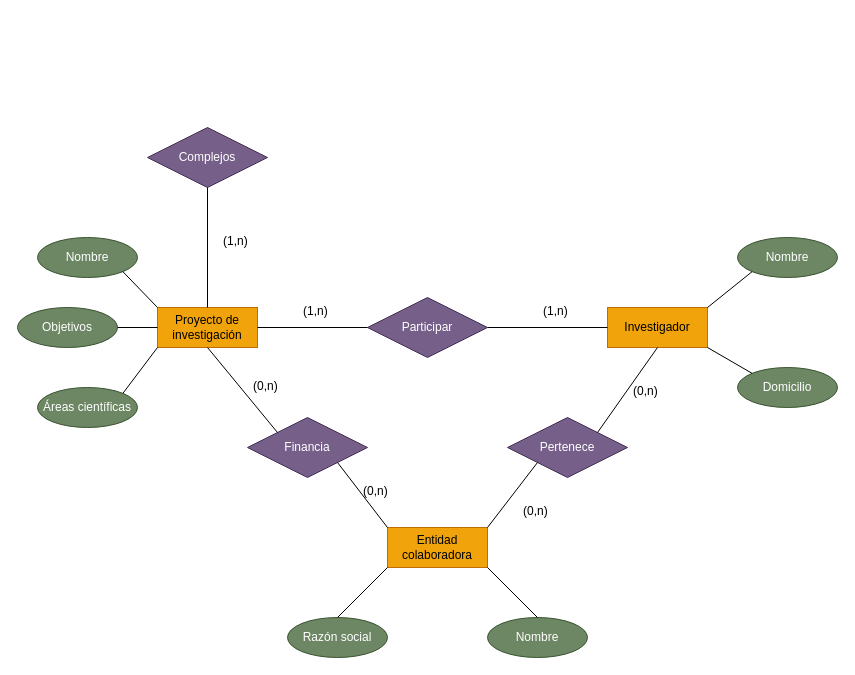
Before: ej14.drawio in oscaralvarezz/BBDD, a draw.io diagram. Source tidied: cells renumbered, new cells numbered last; positions are measured from the earlier drawing's top-left corner, leaving out a move shared by most shapes. Both pictures are drawn from the tidied source at 100%, with x=0, y=0 at pixel (17, 127).
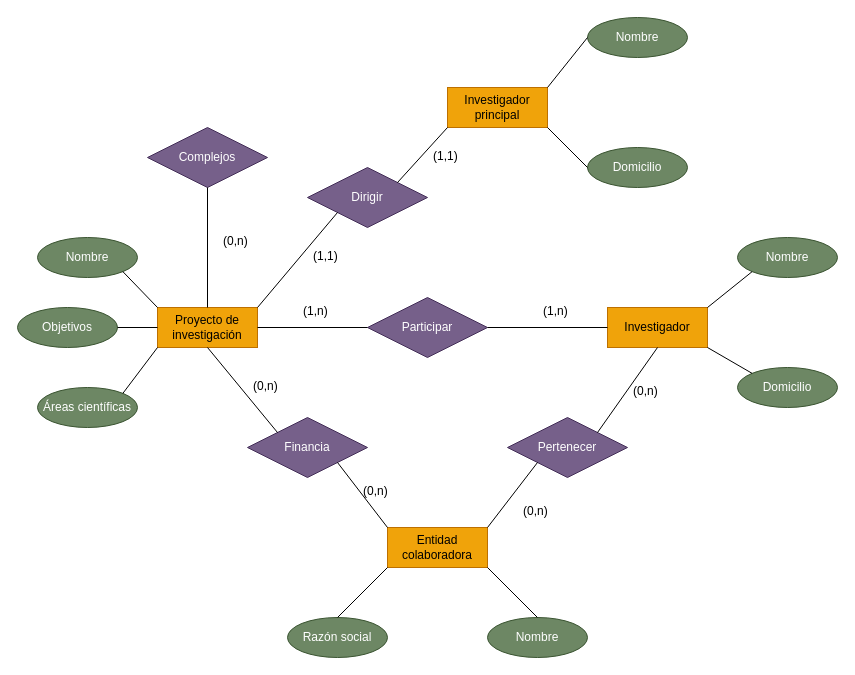
The same page after the edit.

Unchanged cells that the change refers to:
```xml
<mxCell id="2" value="Proyecto de investigación" style="whiteSpace=wrap;html=1;align=center;fillColor=#f0a30a;fontColor=#000000;strokeColor=#BD7000;" parent="1" vertex="1">
  <mxGeometry x="140" y="180" width="100" height="40" as="geometry" />
</mxCell>
```

Diff of the diagram source:
```diff
@@
-    <mxCell id="19" value="Pertenece" style="shape=rhombus;perimeter=rhombusPerimeter;whiteSpace=wrap;html=1;align=center;fillColor=#76608a;fontColor=#ffffff;strokeColor=#432D57;" parent="1" vertex="1">
+    <mxCell id="19" value="Pertenecer" style="shape=rhombus;perimeter=rhombusPerimeter;whiteSpace=wrap;html=1;align=center;fillColor=#76608a;fontColor=#ffffff;strokeColor=#432D57;" parent="1" vertex="1">
       <mxGeometry x="490" y="290" width="120" height="60" as="geometry" />
     </mxCell>
@@
-    <mxCell id="36" value="(1,n)" style="text;strokeColor=none;fillColor=none;spacingLeft=4;spacingRight=4;overflow=hidden;fontSize=12;" parent="1" vertex="1">
+    <mxCell id="36" value="(0,n)" style="text;strokeColor=none;fillColor=none;spacingLeft=4;spacingRight=4;overflow=hidden;fontSize=12;" parent="1" vertex="1">
       <mxGeometry x="200" y="100" width="40" height="30" as="geometry" />
     </mxCell>
+    <mxCell id="37" value="Investigador principal" style="whiteSpace=wrap;html=1;align=center;fillColor=#f0a30a;fontColor=#000000;strokeColor=#BD7000;" parent="1" vertex="1">
+      <mxGeometry x="430" y="-40" width="100" height="40" as="geometry" />
+    </mxCell>
+    <mxCell id="38" value="Dirigir" style="shape=rhombus;perimeter=rhombusPerimeter;whiteSpace=wrap;html=1;align=center;fillColor=#76608a;fontColor=#ffffff;strokeColor=#432D57;" parent="1" vertex="1">
+      <mxGeometry x="290" y="40" width="120" height="60" as="geometry" />
+    </mxCell>
+    <mxCell id="39" style="endArrow=none;html=1;rounded=0;exitX=1;exitY=0;exitDx=0;exitDy=0;entryX=0;entryY=1;entryDx=0;entryDy=0;" parent="1" edge="1" source="2" target="38">
+      <mxGeometry relative="1" as="geometry" />
+    </mxCell>
+    <mxCell id="40" style="endArrow=none;html=1;rounded=0;exitX=0;exitY=1;exitDx=0;exitDy=0;entryX=1;entryY=0;entryDx=0;entryDy=0;" parent="1" edge="1" source="37" target="38">
+      <mxGeometry relative="1" as="geometry" />
+    </mxCell>
+    <mxCell id="41" value="(1,1)" style="text;strokeColor=none;fillColor=none;spacingLeft=4;spacingRight=4;overflow=hidden;fontSize=12;" parent="1" vertex="1">
+      <mxGeometry x="290" y="115" width="40" height="30" as="geometry" />
+    </mxCell>
+    <mxCell id="42" value="(1,1)" style="text;strokeColor=none;fillColor=none;spacingLeft=4;spacingRight=4;overflow=hidden;fontSize=12;" parent="1" vertex="1">
+      <mxGeometry x="410" y="15" width="40" height="30" as="geometry" />
+    </mxCell>
+    <mxCell id="43" value="Nombre" style="ellipse;whiteSpace=wrap;html=1;align=center;fillColor=#6d8764;fontColor=#ffffff;strokeColor=#3A5431;" parent="1" vertex="1">
+      <mxGeometry x="570" y="-110" width="100" height="40" as="geometry" />
+    </mxCell>
+    <mxCell id="44" value="Domicilio" style="ellipse;whiteSpace=wrap;html=1;align=center;fillColor=#6d8764;fontColor=#ffffff;strokeColor=#3A5431;" parent="1" vertex="1">
+      <mxGeometry x="570" y="20" width="100" height="40" as="geometry" />
+    </mxCell>
+    <mxCell id="45" style="endArrow=none;html=1;rounded=0;exitX=0;exitY=0.5;exitDx=0;exitDy=0;entryX=1;entryY=0;entryDx=0;entryDy=0;" parent="1" edge="1" source="43" target="37">
+      <mxGeometry relative="1" as="geometry" />
+    </mxCell>
+    <mxCell id="46" style="endArrow=none;html=1;rounded=0;exitX=1;exitY=1;exitDx=0;exitDy=0;entryX=0;entryY=0.5;entryDx=0;entryDy=0;" parent="1" edge="1" source="37" target="44">
+      <mxGeometry relative="1" as="geometry" />
+    </mxCell>
```
